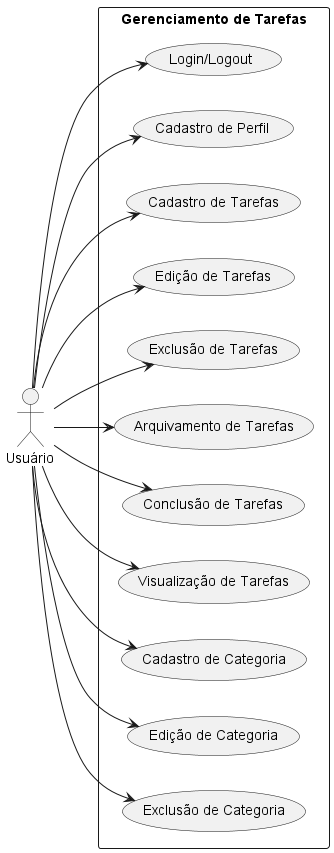
rrafaelcerqueira/PROJETO_DISCIPLINAR_2SEM_DSM_ES2 keeps this PlantUML diagram as Documentação/Gerenciamento de Tarefas.png. Above is the earlier version.
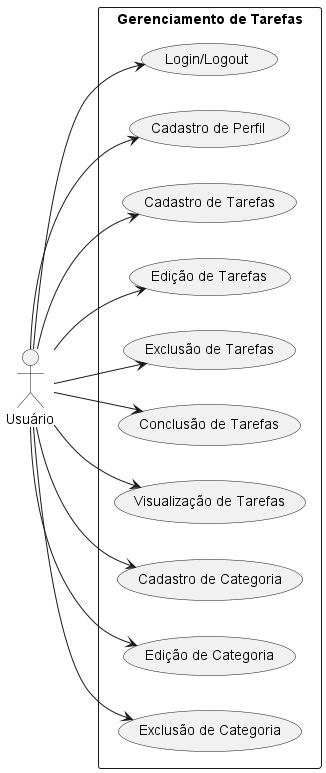
The same file after the commit.

What changed in the source:
```diff
@@ -9,7 +9,6 @@
     usecase "Cadastro de Tarefas" as UC3
     usecase "Edição de Tarefas" as UC4
     usecase "Exclusão de Tarefas" as UC5
-    usecase "Arquivamento de Tarefas" as UC6
     usecase "Conclusão de Tarefas" as UC7
     usecase "Visualização de Tarefas" as UC8
     usecase "Cadastro de Categoria" as UC9
@@ -22,7 +21,6 @@
 u --> UC3
 u --> UC4
 u --> UC5
-u --> UC6
 u --> UC7
 u --> UC8
 u --> UC9
```
